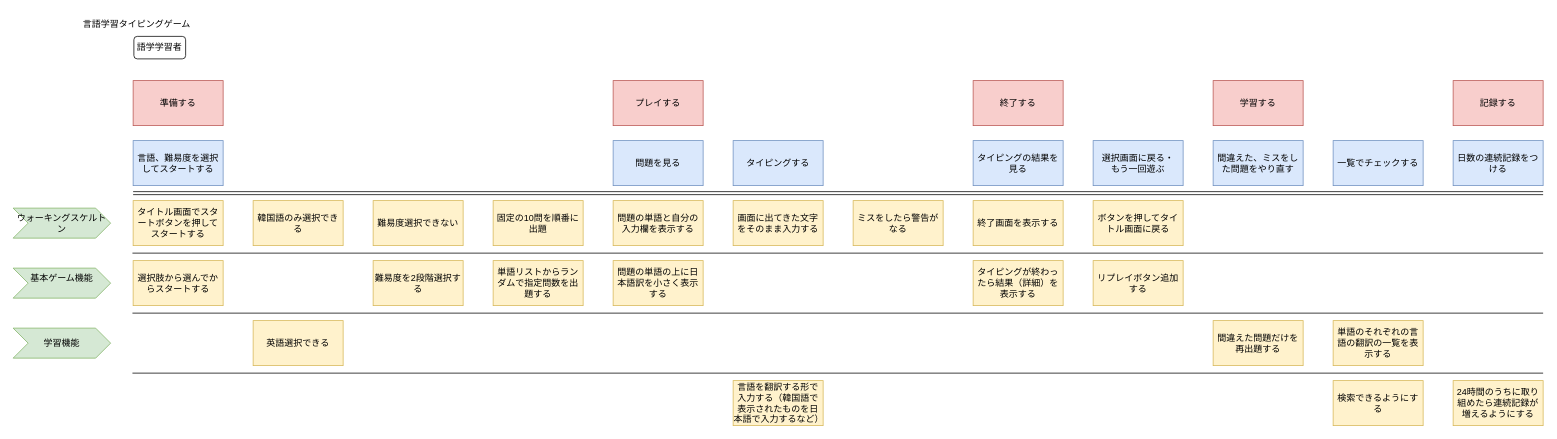
This is docs/storymap.drawio from smtnm923/lang-typing-game, a draw.io file, before an edit. Source tidied: cells renumbered, new cells numbered last; positions are measured from the earlier drawing's top-left corner, leaving out a move shared by most shapes. Both pictures are drawn from the tidied source at 75%, with x=0, y=0 at pixel (13, 13).
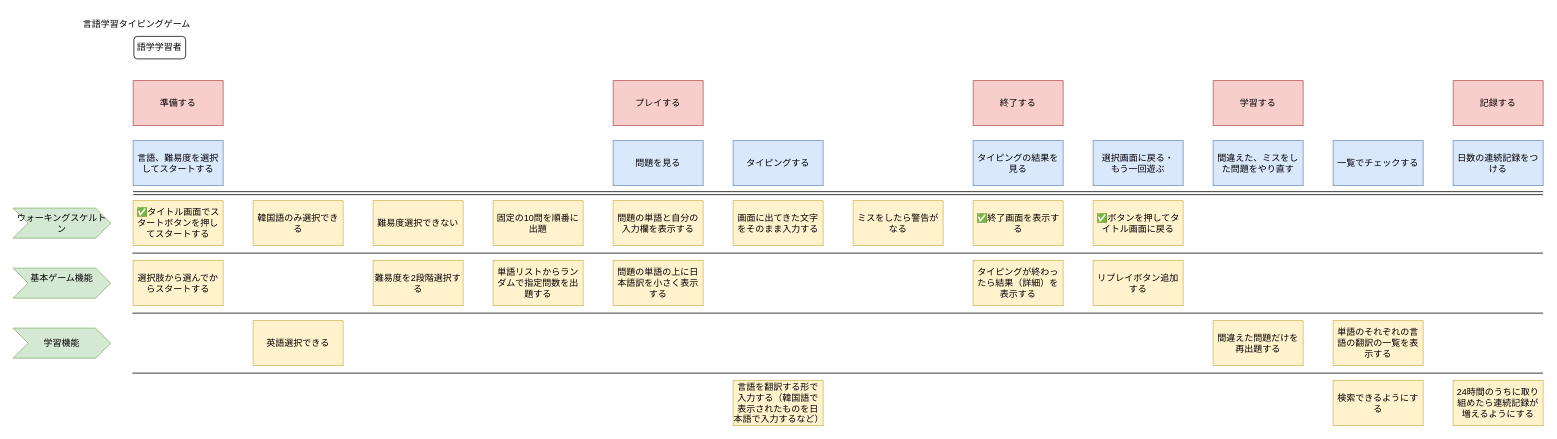
After the change.

Diff of the diagram source:
```diff
@@
-    <mxCell id="27" value="タイトル画面でスタートボタンを押してスタートする" style="rounded=0;whiteSpace=wrap;html=1;fillColor=#fff2cc;strokeColor=#d6b656;" parent="1" vertex="1">
+    <mxCell id="27" value="✅タイトル画面でスタートボタンを押してスタートする" style="rounded=0;whiteSpace=wrap;html=1;fillColor=#fff2cc;strokeColor=#d6b656;" parent="1" vertex="1">
       <mxGeometry x="160" y="250" width="120" height="60" as="geometry" />
     </mxCell>
@@
-    <mxCell id="39" value="ボタンを押してタイトル画面に戻る" style="rounded=0;whiteSpace=wrap;html=1;fillColor=#fff2cc;strokeColor=#d6b656;" parent="1" vertex="1">
+    <mxCell id="39" value="✅ボタンを押してタイトル画面に戻る" style="rounded=0;whiteSpace=wrap;html=1;fillColor=#fff2cc;strokeColor=#d6b656;" parent="1" vertex="1">
       <mxGeometry x="1440" y="250" width="120" height="60" as="geometry" />
     </mxCell>
-    <mxCell id="40" value="終了画面を表示する" style="rounded=0;whiteSpace=wrap;html=1;fillColor=#fff2cc;strokeColor=#d6b656;" parent="1" vertex="1">
+    <mxCell id="40" value="✅終了画面を表示する" style="rounded=0;whiteSpace=wrap;html=1;fillColor=#fff2cc;strokeColor=#d6b656;" parent="1" vertex="1">
       <mxGeometry x="1280" y="250" width="120" height="60" as="geometry" />
     </mxCell>
```
